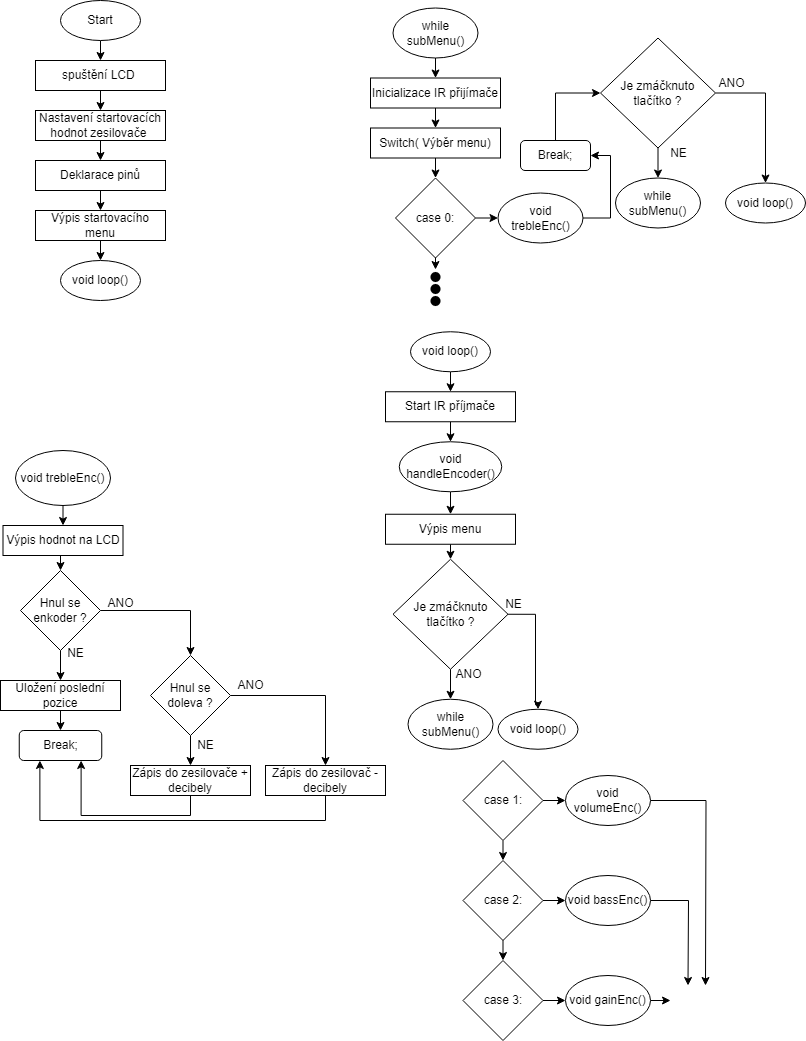
Above: Code_flowchart.png in Polkorabjaroslav/Project_adruinonano_encodermenu (draw.io), before the change. Source tidied: cells renumbered, new cells last; positions are measured from the earlier drawing's top-left corner, leaving out a move shared by most shapes.
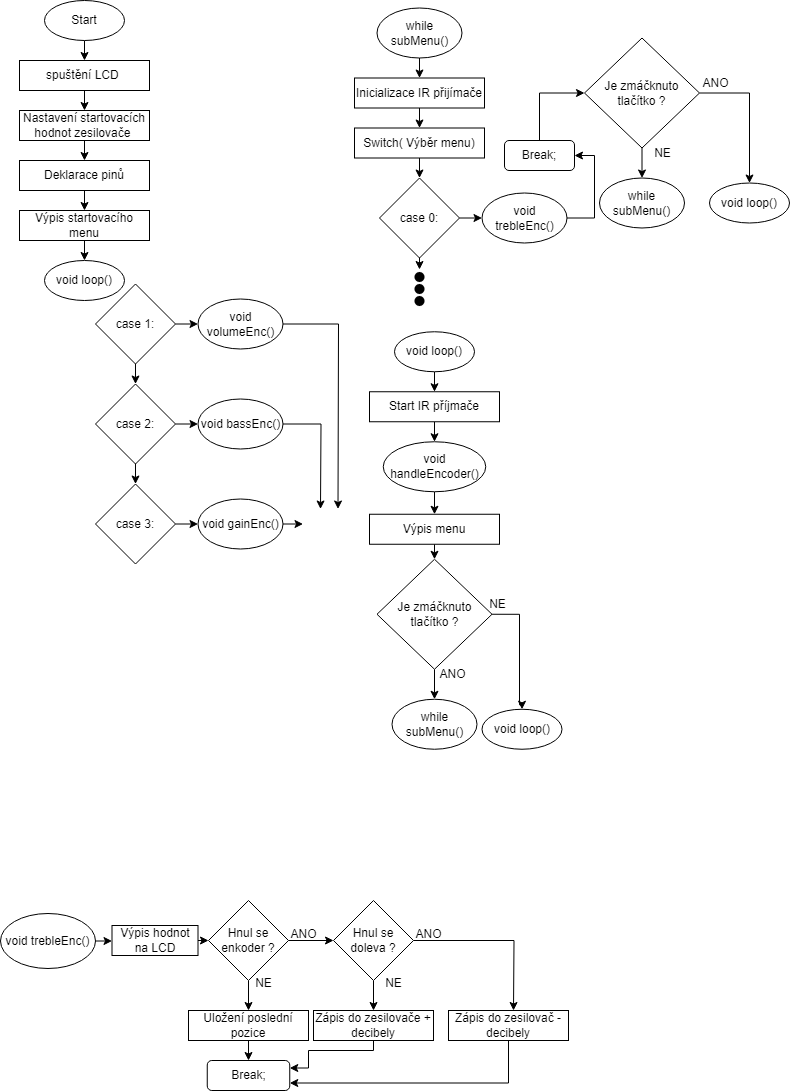
After the commit.

The edit, as a diff of the source:
```diff
@@ -129,11 +129,11 @@
       <mxGeometry relative="1" as="geometry" />
     </mxCell>
     <mxCell id="38" value="case 1:" style="rhombus;whiteSpace=wrap;html=1;" parent="1" vertex="1">
-      <mxGeometry x="462.5" y="760" width="80" height="80" as="geometry" />
+      <mxGeometry x="111" y="283.5" width="80" height="80" as="geometry" />
     </mxCell>
     <mxCell id="39" style="edgeStyle=orthogonalEdgeStyle;rounded=0;jettySize=auto;html=1;exitX=0.5;exitY=1;exitDx=0;exitDy=0;" parent="1" edge="1" source="42">
       <mxGeometry relative="1" as="geometry">
-        <mxPoint x="502.5" y="920" as="targetPoint" />
+        <mxPoint x="151" y="443.5" as="targetPoint" />
       </mxGeometry>
     </mxCell>
     <mxCell id="40" style="edgeStyle=orthogonalEdgeStyle;rounded=0;jettySize=auto;html=1;exitX=0.5;exitY=1;exitDx=0;exitDy=0;entryX=0.5;entryY=0;entryDx=0;entryDy=0;" parent="1" edge="1" source="42" target="44">
@@ -143,13 +143,13 @@
       <mxGeometry relative="1" as="geometry" />
     </mxCell>
     <mxCell id="42" value="case 2:" style="rhombus;whiteSpace=wrap;html=1;" parent="1" vertex="1">
-      <mxGeometry x="462.5" y="860" width="80" height="80" as="geometry" />
+      <mxGeometry x="111" y="383.5" width="80" height="80" as="geometry" />
     </mxCell>
     <mxCell id="43" style="edgeStyle=orthogonalEdgeStyle;rounded=0;jettySize=auto;html=1;exitX=1;exitY=0.5;exitDx=0;exitDy=0;entryX=0;entryY=0.5;entryDx=0;entryDy=0;" parent="1" edge="1" source="44" target="59">
       <mxGeometry relative="1" as="geometry" />
     </mxCell>
     <mxCell id="44" value="case 3:" style="rhombus;whiteSpace=wrap;html=1;" parent="1" vertex="1">
-      <mxGeometry x="462.5" y="960" width="80" height="80" as="geometry" />
+      <mxGeometry x="111" y="483.5" width="80" height="80" as="geometry" />
     </mxCell>
     <mxCell id="45" value="while subMenu()" style="ellipse;whiteSpace=wrap;html=1;" parent="1" vertex="1">
       <mxGeometry x="615" y="177.5" width="85" height="50" as="geometry" />
@@ -180,27 +180,27 @@
     </mxCell>
     <mxCell id="54" style="edgeStyle=orthogonalEdgeStyle;rounded=0;jettySize=auto;html=1;exitX=1;exitY=0.5;exitDx=0;exitDy=0;entryX=0.5;entryY=0;entryDx=0;entryDy=0;" parent="1" edge="1" source="55">
       <mxGeometry relative="1" as="geometry">
-        <mxPoint x="705" y="985" as="targetPoint" />
+        <mxPoint x="353.5" y="508.5" as="targetPoint" />
       </mxGeometry>
     </mxCell>
     <mxCell id="55" value="void volumeEnc()" style="ellipse;whiteSpace=wrap;html=1;" parent="1" vertex="1">
-      <mxGeometry x="565" y="775" width="85" height="50" as="geometry" />
+      <mxGeometry x="213.5" y="298.5" width="85" height="50" as="geometry" />
     </mxCell>
     <mxCell id="56" style="edgeStyle=orthogonalEdgeStyle;rounded=0;jettySize=auto;html=1;exitX=1;exitY=0.5;exitDx=0;exitDy=0;entryX=0.25;entryY=0;entryDx=0;entryDy=0;" parent="1" edge="1" source="57">
       <mxGeometry relative="1" as="geometry">
-        <mxPoint x="687.5" y="985" as="targetPoint" />
+        <mxPoint x="336" y="508.5" as="targetPoint" />
       </mxGeometry>
     </mxCell>
     <mxCell id="57" value="void bassEnc()" style="ellipse;whiteSpace=wrap;html=1;" parent="1" vertex="1">
-      <mxGeometry x="565" y="875" width="85" height="50" as="geometry" />
+      <mxGeometry x="213.5" y="398.5" width="85" height="50" as="geometry" />
     </mxCell>
     <mxCell id="58" style="edgeStyle=orthogonalEdgeStyle;rounded=0;jettySize=auto;html=1;exitX=1;exitY=0.5;exitDx=0;exitDy=0;entryX=0;entryY=0.5;entryDx=0;entryDy=0;" parent="1" edge="1" source="59">
       <mxGeometry relative="1" as="geometry">
-        <mxPoint x="670" y="1000" as="targetPoint" />
+        <mxPoint x="318.5" y="523.5" as="targetPoint" />
       </mxGeometry>
     </mxCell>
     <mxCell id="59" value="void gainEnc()" style="ellipse;whiteSpace=wrap;html=1;" parent="1" vertex="1">
-      <mxGeometry x="565" y="975" width="85" height="50" as="geometry" />
+      <mxGeometry x="213.5" y="498.5" width="85" height="50" as="geometry" />
     </mxCell>
     <mxCell id="60" style="edgeStyle=orthogonalEdgeStyle;rounded=0;jettySize=auto;html=1;exitX=0.5;exitY=0;exitDx=0;exitDy=0;entryX=0;entryY=0.5;entryDx=0;entryDy=0;" parent="1" edge="1" source="61" target="48">
       <mxGeometry relative="1" as="geometry" />
@@ -208,73 +208,76 @@
     <mxCell id="61" value="Break;" style="rounded=1;whiteSpace=wrap;html=1;" parent="1" vertex="1">
       <mxGeometry x="520" y="140" width="70" height="30" as="geometry" />
     </mxCell>
-    <mxCell id="62" style="edgeStyle=orthogonalEdgeStyle;rounded=0;jettySize=auto;html=1;exitX=0.5;exitY=1;exitDx=0;exitDy=0;entryX=0.5;entryY=0;entryDx=0;entryDy=0;" parent="1" edge="1" source="63" target="65">
+    <mxCell id="62" style="edgeStyle=orthogonalEdgeStyle;rounded=0;jettySize=auto;html=1;exitX=1;exitY=0.5;exitDx=0;exitDy=0;entryX=0;entryY=0.5;entryDx=0;entryDy=0;" parent="1" edge="1" source="63" target="65">
       <mxGeometry relative="1" as="geometry" />
     </mxCell>
     <mxCell id="63" value="void trebleEnc()" style="ellipse;whiteSpace=wrap;html=1;" parent="1" vertex="1">
-      <mxGeometry x="15" y="450" width="95" height="55" as="geometry" />
+      <mxGeometry x="16" y="913" width="95" height="55" as="geometry" />
     </mxCell>
-    <mxCell id="64" style="edgeStyle=orthogonalEdgeStyle;rounded=0;jettySize=auto;html=1;exitX=0.5;exitY=1;exitDx=0;exitDy=0;entryX=0.5;entryY=0;entryDx=0;entryDy=0;" parent="1" edge="1" source="65" target="68">
+    <mxCell id="64" style="edgeStyle=orthogonalEdgeStyle;rounded=0;jettySize=auto;html=1;exitX=1;exitY=0.5;exitDx=0;exitDy=0;entryX=0;entryY=0.5;entryDx=0;entryDy=0;" parent="1" edge="1" source="65" target="68">
       <mxGeometry relative="1" as="geometry" />
     </mxCell>
     <mxCell id="65" value="Výpis hodnot na LCD" style="rounded=0;whiteSpace=wrap;html=1;" parent="1" vertex="1">
-      <mxGeometry x="2.5" y="525" width="120" height="30" as="geometry" />
+      <mxGeometry x="127.5" y="925" width="86" height="30" as="geometry" />
     </mxCell>
+    <mxCell id="67" style="edgeStyle=orthogonalEdgeStyle;rounded=0;jettySize=auto;html=1;exitX=0.5;exitY=1;exitDx=0;exitDy=0;entryX=0.5;entryY=0;entryDx=0;entryDy=0;" parent="1" edge="1" source="68" target="73">
+      <mxGeometry relative="1" as="geometry" />
+    </mxCell>
-    <mxCell id="66" style="edgeStyle=orthogonalEdgeStyle;rounded=0;jettySize=auto;html=1;exitX=1;exitY=0.5;exitDx=0;exitDy=0;entryX=0.5;entryY=0;entryDx=0;entryDy=0;" parent="1" edge="1" source="68" target="71">
+    <mxCell id="66" style="edgeStyle=orthogonalEdgeStyle;rounded=0;jettySize=auto;html=1;exitX=1;exitY=0.5;exitDx=0;exitDy=0;entryX=0;entryY=0.5;entryDx=0;entryDy=0;" parent="1" edge="1" source="68" target="71">
       <mxGeometry relative="1" as="geometry" />
     </mxCell>
-    <mxCell id="67" style="edgeStyle=orthogonalEdgeStyle;rounded=0;jettySize=auto;html=1;exitX=0.5;exitY=1;exitDx=0;exitDy=0;entryX=0.5;entryY=0;entryDx=0;entryDy=0;" parent="1" edge="1" source="68" target="73">
-      <mxGeometry relative="1" as="geometry" />
-    </mxCell>
     <mxCell id="68" value="Hnul se enkoder ?" style="rhombus;whiteSpace=wrap;html=1;" parent="1" vertex="1">
-      <mxGeometry x="20" y="570" width="80" height="80" as="geometry" />
+      <mxGeometry x="224" y="900" width="80" height="80" as="geometry" />
     </mxCell>
-    <mxCell id="69" style="edgeStyle=orthogonalEdgeStyle;rounded=0;jettySize=auto;html=1;exitX=1;exitY=0.5;exitDx=0;exitDy=0;" parent="1" edge="1" source="71" target="76">
-      <mxGeometry relative="1" as="geometry" />
+    <mxCell id="69" style="edgeStyle=orthogonalEdgeStyle;rounded=0;jettySize=auto;html=1;exitX=1;exitY=0.5;exitDx=0;exitDy=0;" parent="1" edge="1" source="71">
+      <mxGeometry relative="1" as="geometry">
+        <mxPoint x="529" y="1010" as="targetPoint" />
+      </mxGeometry>
     </mxCell>
     <mxCell id="70" style="edgeStyle=orthogonalEdgeStyle;rounded=0;jettySize=auto;html=1;exitX=0.5;exitY=1;exitDx=0;exitDy=0;entryX=0.5;entryY=0;entryDx=0;entryDy=0;" parent="1" edge="1" source="71" target="78">
       <mxGeometry relative="1" as="geometry" />
     </mxCell>
     <mxCell id="71" value="Hnul se doleva ?" style="rhombus;whiteSpace=wrap;html=1;" parent="1" vertex="1">
-      <mxGeometry x="150" y="655" width="80" height="80" as="geometry" />
+      <mxGeometry x="349" y="900" width="80" height="80" as="geometry" />
     </mxCell>
     <mxCell id="72" style="edgeStyle=orthogonalEdgeStyle;rounded=0;jettySize=auto;html=1;exitX=0.5;exitY=1;exitDx=0;exitDy=0;entryX=0.5;entryY=0;entryDx=0;entryDy=0;" parent="1" edge="1" source="73" target="74">
       <mxGeometry relative="1" as="geometry" />
     </mxCell>
     <mxCell id="73" value="Uložení poslední pozice" style="rounded=0;whiteSpace=wrap;html=1;" parent="1" vertex="1">
-      <mxGeometry y="680" width="120" height="30" as="geometry" />
+      <mxGeometry x="204" y="1010" width="120" height="30" as="geometry" />
     </mxCell>
     <mxCell id="74" value="Break;" style="rounded=1;whiteSpace=wrap;html=1;" parent="1" vertex="1">
-      <mxGeometry x="18.8" y="730" width="82.5" height="30" as="geometry" />
+      <mxGeometry x="222.8" y="1060" width="82.5" height="30" as="geometry" />
     </mxCell>
-    <mxCell id="75" style="edgeStyle=orthogonalEdgeStyle;rounded=0;jettySize=auto;html=1;exitX=0.5;exitY=1;exitDx=0;exitDy=0;entryX=0.25;entryY=1;entryDx=0;entryDy=0;" parent="1" edge="1" source="76" target="74">
-      <mxGeometry relative="1" as="geometry">
-        <Array as="points">
-          <mxPoint x="325" y="820" />
-          <mxPoint x="39" y="820" />
-        </Array>
-      </mxGeometry>
+    <mxCell id="75" style="edgeStyle=orthogonalEdgeStyle;rounded=0;jettySize=auto;html=1;exitX=0.5;exitY=1;exitDx=0;exitDy=0;entryX=1;entryY=0.75;entryDx=0;entryDy=0;" parent="1" edge="1" source="76" target="74">
+      <mxGeometry relative="1" as="geometry" />
     </mxCell>
     <mxCell id="76" value="Zápis do zesilovač - decibely" style="rounded=0;whiteSpace=wrap;html=1;" parent="1" vertex="1">
-      <mxGeometry x="265" y="765" width="120" height="30" as="geometry" />
+      <mxGeometry x="464" y="1010" width="120" height="30" as="geometry" />
     </mxCell>
-    <mxCell id="77" style="edgeStyle=orthogonalEdgeStyle;rounded=0;jettySize=auto;html=1;exitX=0.5;exitY=1;exitDx=0;exitDy=0;entryX=0.75;entryY=1;entryDx=0;entryDy=0;" parent="1" edge="1" source="78" target="74">
-      <mxGeometry relative="1" as="geometry" />
+    <mxCell id="77" style="edgeStyle=orthogonalEdgeStyle;rounded=0;jettySize=auto;html=1;exitX=0.5;exitY=1;exitDx=0;exitDy=0;entryX=1;entryY=0.25;entryDx=0;entryDy=0;" parent="1" edge="1" source="78" target="74">
+      <mxGeometry relative="1" as="geometry">
+        <Array as="points">
+          <mxPoint x="389" y="1050" />
+          <mxPoint x="324" y="1050" />
+          <mxPoint x="324" y="1068" />
+        </Array>
+      </mxGeometry>
     </mxCell>
     <mxCell id="78" value="Zápis do zesilovače + decibely" style="rounded=0;whiteSpace=wrap;html=1;" parent="1" vertex="1">
-      <mxGeometry x="130" y="765" width="120" height="30" as="geometry" />
+      <mxGeometry x="329" y="1010" width="120" height="30" as="geometry" />
     </mxCell>
     <mxCell id="79" value="ANO" style="text;html=1;align=center;verticalAlign=middle;strokeColor=none;fillColor=none;" parent="1" vertex="1">
-      <mxGeometry x="95" y="588" width="50" height="30" as="geometry" />
+      <mxGeometry x="294" y="918.8" width="50" height="30" as="geometry" />
     </mxCell>
     <mxCell id="80" value="NE" style="text;html=1;align=center;verticalAlign=middle;strokeColor=none;fillColor=none;" parent="1" vertex="1">
-      <mxGeometry x="55" y="638" width="40" height="30" as="geometry" />
+      <mxGeometry x="259" y="968" width="40" height="30" as="geometry" />
     </mxCell>
     <mxCell id="81" value="ANO" style="text;html=1;align=center;verticalAlign=middle;strokeColor=none;fillColor=none;" parent="1" vertex="1">
-      <mxGeometry x="225" y="670" width="50" height="30" as="geometry" />
+      <mxGeometry x="419" y="918.8" width="50" height="30" as="geometry" />
     </mxCell>
     <mxCell id="82" value="NE" style="text;html=1;align=center;verticalAlign=middle;strokeColor=none;fillColor=none;" parent="1" vertex="1">
-      <mxGeometry x="185" y="730" width="40" height="30" as="geometry" />
+      <mxGeometry x="389" y="968" width="40" height="30" as="geometry" />
     </mxCell>
     <mxCell id="83" style="edgeStyle=orthogonalEdgeStyle;rounded=0;jettySize=auto;html=1;exitX=0.5;exitY=1;exitDx=0;exitDy=0;entryX=0.5;entryY=0;entryDx=0;entryDy=0;" parent="1" edge="1" source="84" target="21">
       <mxGeometry relative="1" as="geometry" />
```
